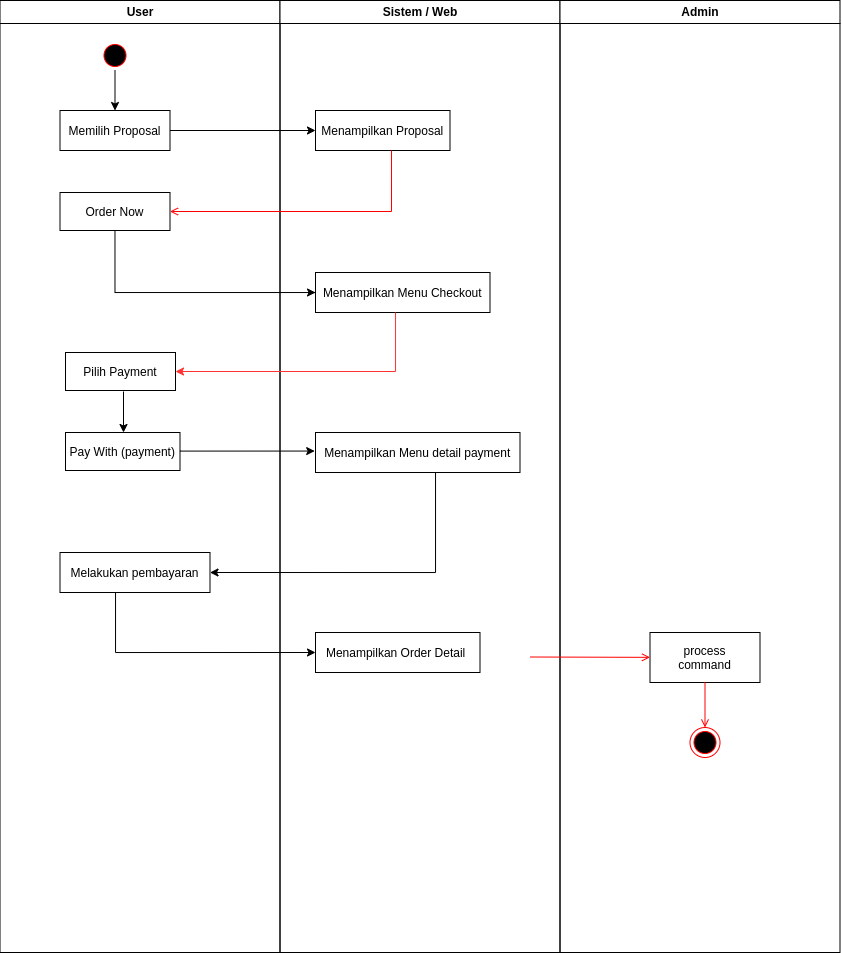
Earlier version of the draw.io export Payment.png (ahmadfaqih-dev/Flowchart). Source tidied: cells renumbered, new cells last; positions are measured from the earlier drawing's top-left corner, leaving out a move shared by most shapes.
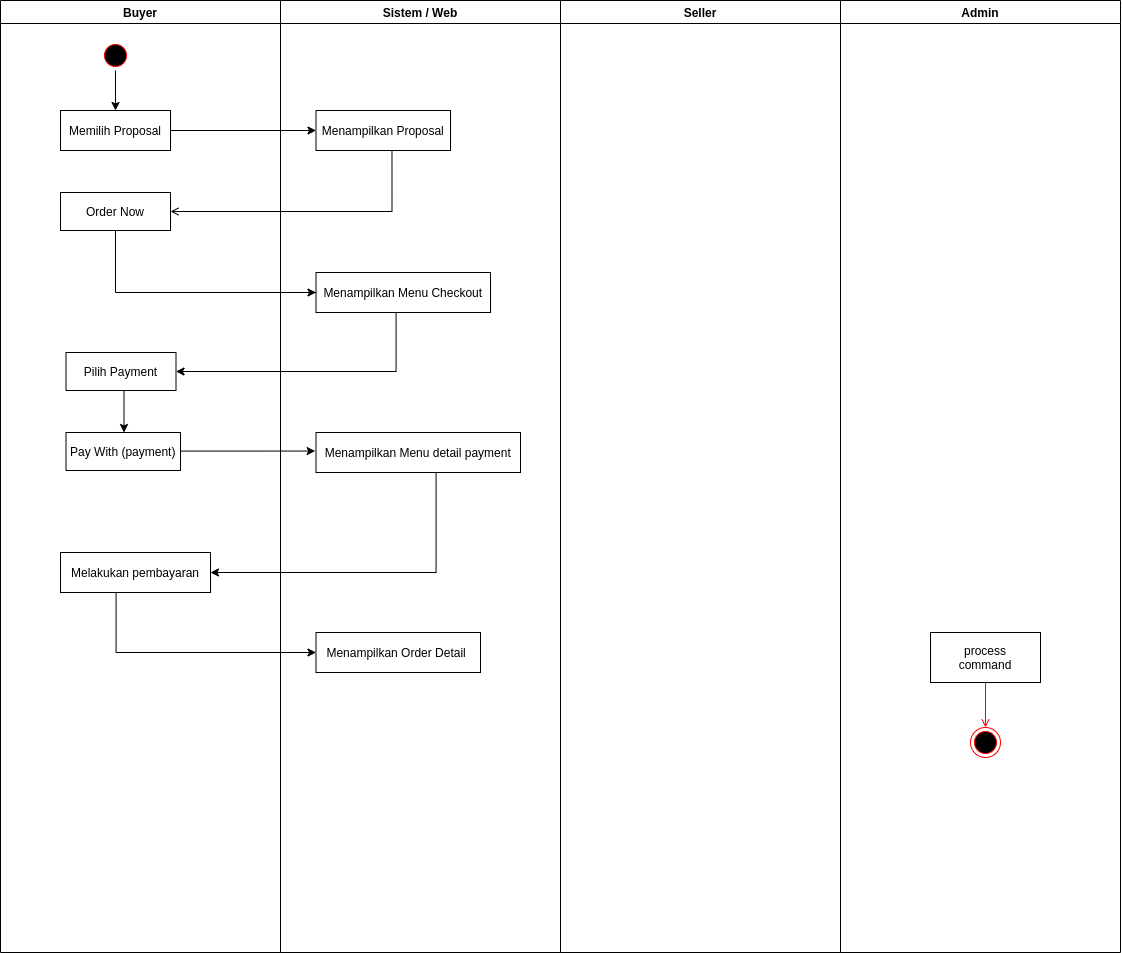
The same file after the commit.

The edit, as a diff of the source:
```diff
@@ -2,7 +2,7 @@
   <root>
     <mxCell id="0" />
     <mxCell id="1" parent="0" />
-    <mxCell id="2" value="User" style="swimlane;whiteSpace=wrap;" parent="1" vertex="1">
+    <mxCell id="2" value="Buyer" style="swimlane;whiteSpace=wrap;" parent="1" vertex="1">
       <mxGeometry x="0.5" width="280" height="952" as="geometry" />
     </mxCell>
     <mxCell id="3" style="edgeStyle=orthogonalEdgeStyle;rounded=0;jettySize=auto;html=1;entryX=0.5;entryY=0;entryDx=0;entryDy=0;" parent="2" edge="1" source="4" target="5">
@@ -40,7 +40,7 @@
     <mxCell id="12" value="Menampilkan Proposal" parent="11" vertex="1">
       <mxGeometry x="35.5" y="110" width="134.5" height="40" as="geometry" />
     </mxCell>
-    <mxCell id="13" style="endArrow=open;strokeColor=#FF0000;endFill=1;rounded=0;" parent="11" edge="1" target="x">
+    <mxCell id="13" style="endArrow=open;strokeColor=#FF0000;endFill=1;rounded=0;" parent="11" edge="1">
       <mxGeometry relative="1" as="geometry">
         <mxPoint x="75" y="270" as="sourcePoint" />
       </mxGeometry>
@@ -54,24 +54,15 @@
     <mxCell id="16" value="Menampilkan Order Detail " parent="11" vertex="1">
       <mxGeometry x="35.5" y="632" width="164.5" height="40" as="geometry" />
     </mxCell>
-    <mxCell id="17" value="Admin" style="swimlane;whiteSpace=wrap;" parent="1" vertex="1">
+    <mxCell id="17" value="Seller" style="swimlane;whiteSpace=wrap;startSize=23;" parent="1" vertex="1">
       <mxGeometry x="560.5" width="280" height="952" as="geometry" />
     </mxCell>
-    <mxCell id="18" value="process&#10;command" parent="17" vertex="1">
-      <mxGeometry x="90" y="632" width="110" height="50" as="geometry" />
-    </mxCell>
-    <mxCell id="19" style="edgeStyle=none;strokeColor=#FF0000;endArrow=open;endFill=1;rounded=0;" parent="17" edge="1" target="18">
-      <mxGeometry relative="1" as="geometry">
-        <mxPoint x="-30" y="656.5" as="sourcePoint" />
-      </mxGeometry>
-    </mxCell>
-    <mxCell id="20" style="ellipse;shape=endState;fillColor=#000000;strokeColor=#ff0000;" parent="17" vertex="1">
-      <mxGeometry x="130" y="727" width="30" height="30" as="geometry" />
-    </mxCell>
-    <mxCell id="21" style="endArrow=open;strokeColor=#FF0000;endFill=1;rounded=0;" parent="17" edge="1" source="18" target="20">
-      <mxGeometry relative="1" as="geometry" />
+    <mxCell id="21" style="endArrow=open;strokeColor=#FF0000;endFill=1;rounded=0;" parent="17" edge="1" target="x">
+      <mxGeometry relative="1" as="geometry">
+        <mxPoint x="145" y="682" as="sourcePoint" />
+      </mxGeometry>
     </mxCell>
-    <mxCell id="22" style="endArrow=open;strokeColor=#FF0000;endFill=1;rounded=0;entryX=1;entryY=0.5;entryDx=0;entryDy=0;exitX=0.565;exitY=1;exitDx=0;exitDy=0;exitPerimeter=0;" parent="1" edge="1" source="12" target="6">
+    <mxCell id="22" style="endArrow=open;endFill=1;rounded=0;entryX=1;entryY=0.5;entryDx=0;entryDy=0;exitX=0.565;exitY=1;exitDx=0;exitDy=0;exitPerimeter=0;" parent="1" edge="1" source="12" target="6">
       <mxGeometry relative="1" as="geometry">
         <Array as="points">
           <mxPoint x="392" y="211" />
@@ -90,7 +81,7 @@
         </Array>
       </mxGeometry>
     </mxCell>
-    <mxCell id="25" style="edgeStyle=orthogonalEdgeStyle;rounded=0;jettySize=auto;html=1;strokeColor=#FF3333;" parent="1" edge="1" source="14">
+    <mxCell id="25" style="edgeStyle=orthogonalEdgeStyle;rounded=0;jettySize=auto;html=1;" parent="1" edge="1" source="14">
       <mxGeometry relative="1" as="geometry">
         <mxPoint x="176" y="371" as="targetPoint" />
         <Array as="points">
@@ -119,5 +110,17 @@
         </Array>
       </mxGeometry>
     </mxCell>
+    <mxCell id="29" value="Admin" style="swimlane;whiteSpace=wrap;startSize=23;" parent="1" vertex="1">
+      <mxGeometry x="840.5" width="280" height="952" as="geometry" />
+    </mxCell>
+    <mxCell id="18" value="process&#10;command" parent="29" vertex="1">
+      <mxGeometry x="90" y="632" width="110" height="50" as="geometry" />
+    </mxCell>
+    <mxCell id="20" style="ellipse;shape=endState;fillColor=#000000;strokeColor=#ff0000;" parent="29" vertex="1">
+      <mxGeometry x="130" y="727" width="30" height="30" as="geometry" />
+    </mxCell>
+    <mxCell id="30" style="endArrow=open;strokeColor=#FF0000;endFill=1;rounded=0;" parent="29" edge="1" source="18" target="20">
+      <mxGeometry relative="1" as="geometry" />
+    </mxCell>
   </root>
 </mxGraphModel>
```
